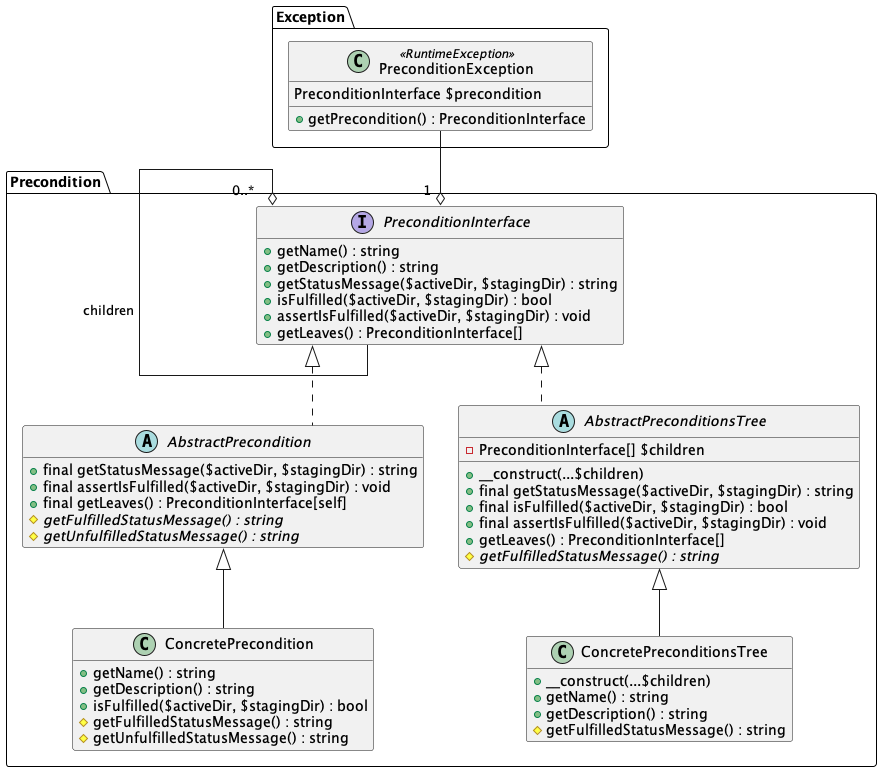
The PlantUML diagram docs/preconditions/detail.png in php-tuf/composer-stager, before a commit. Its source is kept beside it as docs/preconditions/detail.puml. Source of this version:
```plantuml
@startuml


!include settings.puml

namespace Exception {

    class PreconditionException <<RuntimeException>> {
        PreconditionInterface $precondition
        +getPrecondition() : PreconditionInterface
    }

}

namespace Precondition {

    interface PreconditionInterface {
        +getName() : string
        +getDescription() : string
        +getStatusMessage($activeDir, $stagingDir) : string
        +isFulfilled($activeDir, $stagingDir) : bool
        +assertIsFulfilled($activeDir, $stagingDir) : void
        +getLeaves() : PreconditionInterface[]
    }

    abstract class AbstractPrecondition implements PreconditionInterface {
        +final getStatusMessage($activeDir, $stagingDir) : string
        +final assertIsFulfilled($activeDir, $stagingDir) : void
        +final getLeaves() : PreconditionInterface[self]
        {abstract} #getFulfilledStatusMessage() : string
        {abstract} #getUnfulfilledStatusMessage() : string
    }

    class ConcretePrecondition extends AbstractPrecondition {
        +getName() : string
        +getDescription() : string
        +isFulfilled($activeDir, $stagingDir) : bool
        #getFulfilledStatusMessage() : string
        #getUnfulfilledStatusMessage() : string
    }

    abstract AbstractPreconditionsTree implements PreconditionInterface {
        -PreconditionInterface[] $children
        +__construct(...$children)
        +final getStatusMessage($activeDir, $stagingDir) : string
        +final isFulfilled($activeDir, $stagingDir) : bool
        +final assertIsFulfilled($activeDir, $stagingDir) : void
        +getLeaves() : PreconditionInterface[]
        {abstract} #getFulfilledStatusMessage() : string
    }

    class ConcretePreconditionsTree extends AbstractPreconditionsTree {
        +__construct(...$children)
        +getName() : string
        +getDescription() : string
        #getFulfilledStatusMessage() : string
    }

}

Exception.PreconditionException -down-o "1  " Precondition.PreconditionInterface
Precondition.PreconditionInterface -up-o "0..*" Precondition.PreconditionInterface : children

@enduml
```
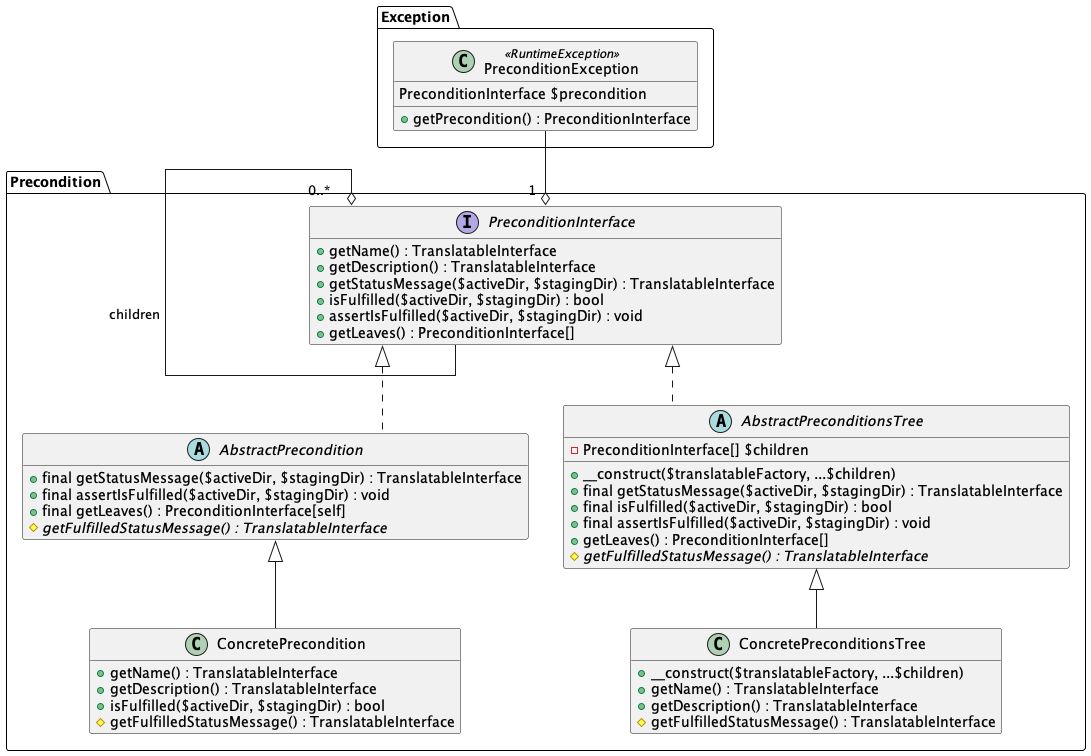
Above is the later version.

Diff of the diagram source:
```diff
@@ -1,7 +1,7 @@
 @startuml
 
 
-!include settings.puml
+!include ../resources/settings.puml
 
 namespace Exception {
 
@@ -15,45 +15,43 @@
 namespace Precondition {
 
     interface PreconditionInterface {
-        +getName() : string
-        +getDescription() : string
-        +getStatusMessage($activeDir, $stagingDir) : string
+        +getName() : TranslatableInterface
+        +getDescription() : TranslatableInterface
+        +getStatusMessage($activeDir, $stagingDir) : TranslatableInterface
         +isFulfilled($activeDir, $stagingDir) : bool
         +assertIsFulfilled($activeDir, $stagingDir) : void
         +getLeaves() : PreconditionInterface[]
     }
 
     abstract class AbstractPrecondition implements PreconditionInterface {
-        +final getStatusMessage($activeDir, $stagingDir) : string
+        +final getStatusMessage($activeDir, $stagingDir) : TranslatableInterface
         +final assertIsFulfilled($activeDir, $stagingDir) : void
         +final getLeaves() : PreconditionInterface[self]
-        {abstract} #getFulfilledStatusMessage() : string
-        {abstract} #getUnfulfilledStatusMessage() : string
+        {abstract} #getFulfilledStatusMessage() : TranslatableInterface
     }
 
     class ConcretePrecondition extends AbstractPrecondition {
-        +getName() : string
-        +getDescription() : string
+        +getName() : TranslatableInterface
+        +getDescription() : TranslatableInterface
         +isFulfilled($activeDir, $stagingDir) : bool
-        #getFulfilledStatusMessage() : string
-        #getUnfulfilledStatusMessage() : string
+        #getFulfilledStatusMessage() : TranslatableInterface
     }
 
     abstract AbstractPreconditionsTree implements PreconditionInterface {
         -PreconditionInterface[] $children
-        +__construct(...$children)
-        +final getStatusMessage($activeDir, $stagingDir) : string
+        +__construct($translatableFactory, ...$children)
+        +final getStatusMessage($activeDir, $stagingDir) : TranslatableInterface
         +final isFulfilled($activeDir, $stagingDir) : bool
         +final assertIsFulfilled($activeDir, $stagingDir) : void
         +getLeaves() : PreconditionInterface[]
-        {abstract} #getFulfilledStatusMessage() : string
+        {abstract} #getFulfilledStatusMessage() : TranslatableInterface
     }
 
     class ConcretePreconditionsTree extends AbstractPreconditionsTree {
-        +__construct(...$children)
-        +getName() : string
-        +getDescription() : string
-        #getFulfilledStatusMessage() : string
+        +__construct($translatableFactory, ...$children)
+        +getName() : TranslatableInterface
+        +getDescription() : TranslatableInterface
+        #getFulfilledStatusMessage() : TranslatableInterface
     }
 
 }
```
